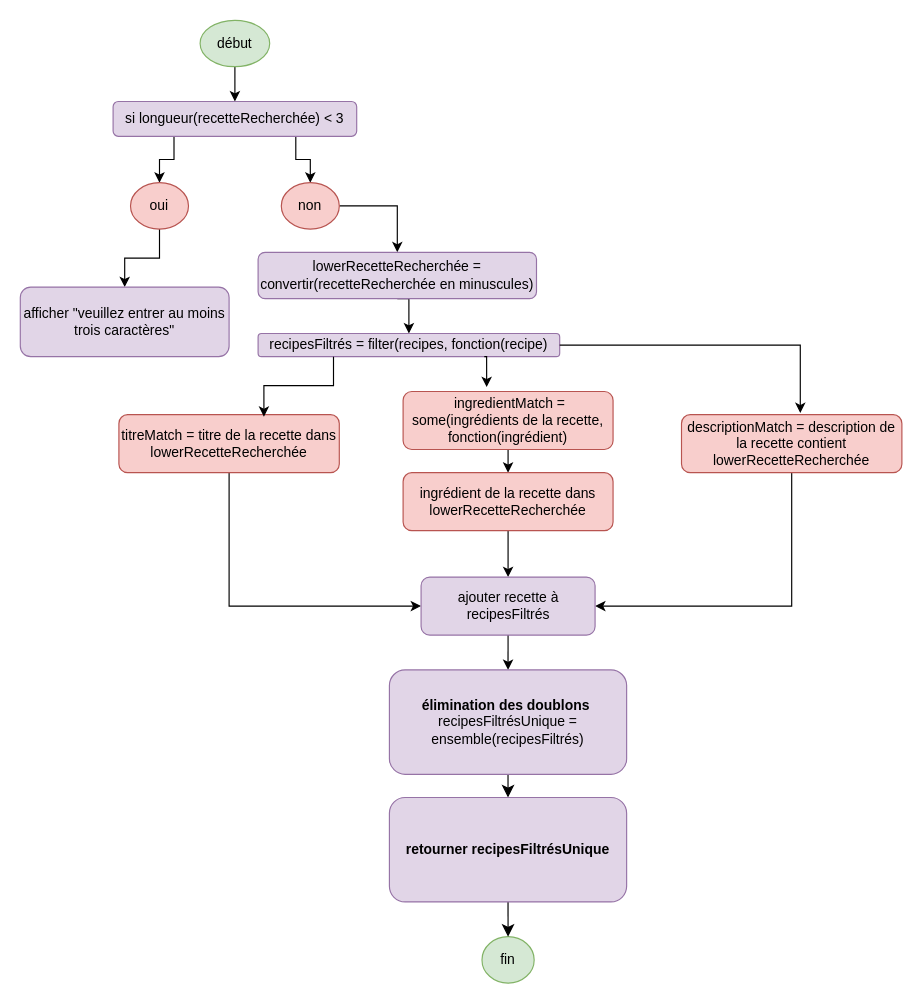
Above: algorigrammes/rechercher_recette_programmation_fonctionnelle.drawio in uu-0/lespetitsplats (draw.io), before the change. Source tidied: cells renumbered, new cells numbered last; positions are measured from the earlier drawing's top-left corner, leaving out a move shared by most shapes. Both pictures are drawn from the tidied source at 116%, with x=0, y=0 at pixel (20, 20).
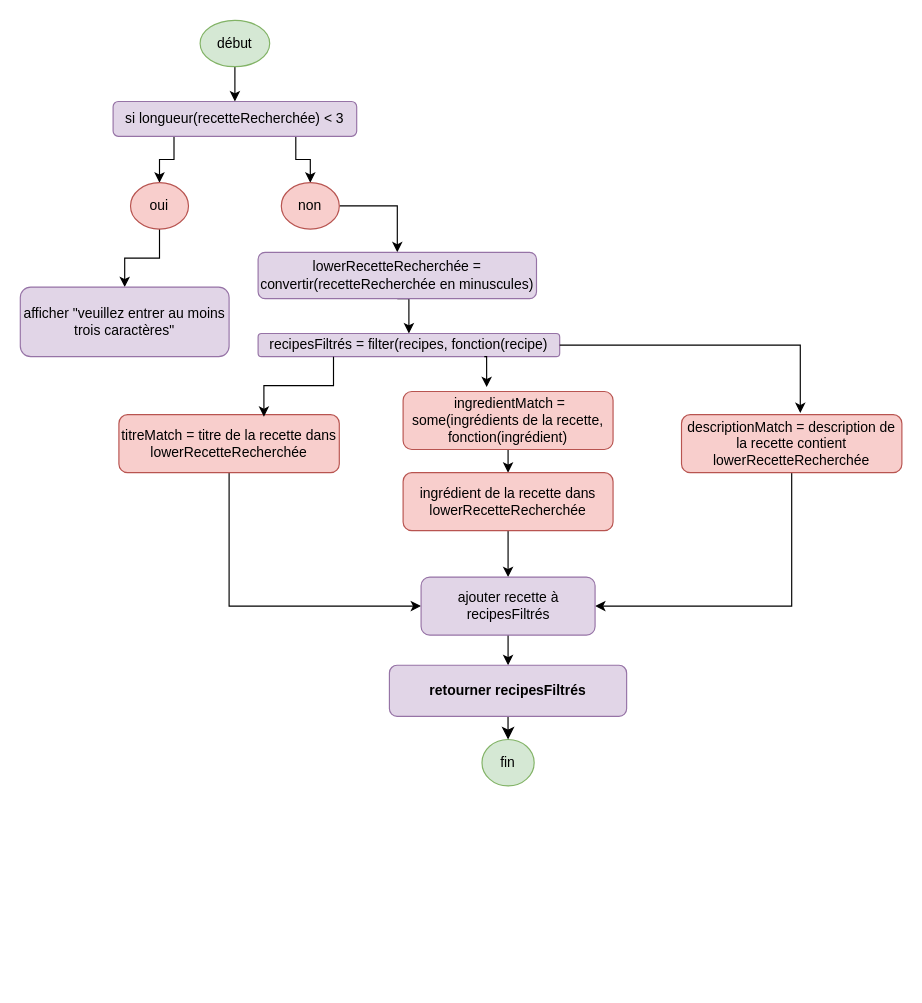
The same page after the edit.

Commit message:
étape 3: faire un algorigramme pour chacune des propositions #3

The change refers to these unchanged cells:
```xml
<mxCell id="27" value="&lt;span style=&quot;text-align: left;&quot;&gt;ajouter recette à recipesFiltrés&lt;/span&gt;" style="rounded=1;whiteSpace=wrap;html=1;fillColor=#e1d5e7;strokeColor=#9673a6;" parent="1" vertex="1">
  <mxGeometry x="345.5" y="480" width="150" height="50" as="geometry" />
</mxCell>
```

The edit, as a diff of the source:
```diff
@@
-    <mxCell id="26" style="edgeStyle=orthogonalEdgeStyle;rounded=0;jettySize=auto;html=1;exitX=0.5;exitY=1;exitDx=0;exitDy=0;entryX=0.5;entryY=0;entryDx=0;entryDy=0;" parent="1" edge="1" source="27" target="29">
-      <mxGeometry relative="1" as="geometry" />
-    </mxCell>
+    <mxCell id="33" style="edgeStyle=orthogonalEdgeStyle;rounded=0;jettySize=auto;html=1;" parent="1" edge="1" source="27" target="32">
+      <mxGeometry relative="1" as="geometry" />
+    </mxCell>
@@
-    <mxCell id="28" style="edgeStyle=none;curved=1;rounded=0;jettySize=auto;html=1;exitX=0.5;exitY=1;exitDx=0;exitDy=0;entryX=0.5;entryY=0;entryDx=0;entryDy=0;fontSize=12;startSize=8;endSize=8;" parent="1" edge="1" source="29" target="32">
-      <mxGeometry relative="1" as="geometry" />
-    </mxCell>
-    <mxCell id="29" value="&lt;b&gt;élimination des doublons&amp;nbsp;&lt;/b&gt;&lt;div&gt;recipesFiltrésUnique = ensemble(recipesFiltrés)&lt;/div&gt;" style="rounded=1;whiteSpace=wrap;html=1;fillColor=#e1d5e7;strokeColor=#9673a6;" parent="1" vertex="1">
-      <mxGeometry x="318.2" y="560" width="204.5" height="90" as="geometry" />
-    </mxCell>
     <mxCell id="30" value="fin" style="ellipse;whiteSpace=wrap;html=1;fillColor=#d5e8d4;strokeColor=#82b366;" parent="1" vertex="1">
-      <mxGeometry x="398" y="790" width="45" height="40" as="geometry" />
+      <mxGeometry x="398" y="620" width="45" height="40" as="geometry" />
     </mxCell>
@@
-    <mxCell id="32" value="&lt;b&gt;retourner recipesFiltrésUnique&lt;/b&gt;" style="rounded=1;whiteSpace=wrap;html=1;fillColor=#e1d5e7;strokeColor=#9673a6;" parent="1" vertex="1">
-      <mxGeometry x="318.2" y="670" width="204.5" height="90" as="geometry" />
+    <mxCell id="32" value="&lt;b&gt;retourner recipesFiltrés&lt;/b&gt;" style="rounded=1;whiteSpace=wrap;html=1;fillColor=#e1d5e7;strokeColor=#9673a6;" parent="1" vertex="1">
+      <mxGeometry x="318.2" y="556" width="204.5" height="44" as="geometry" />
     </mxCell>
```
